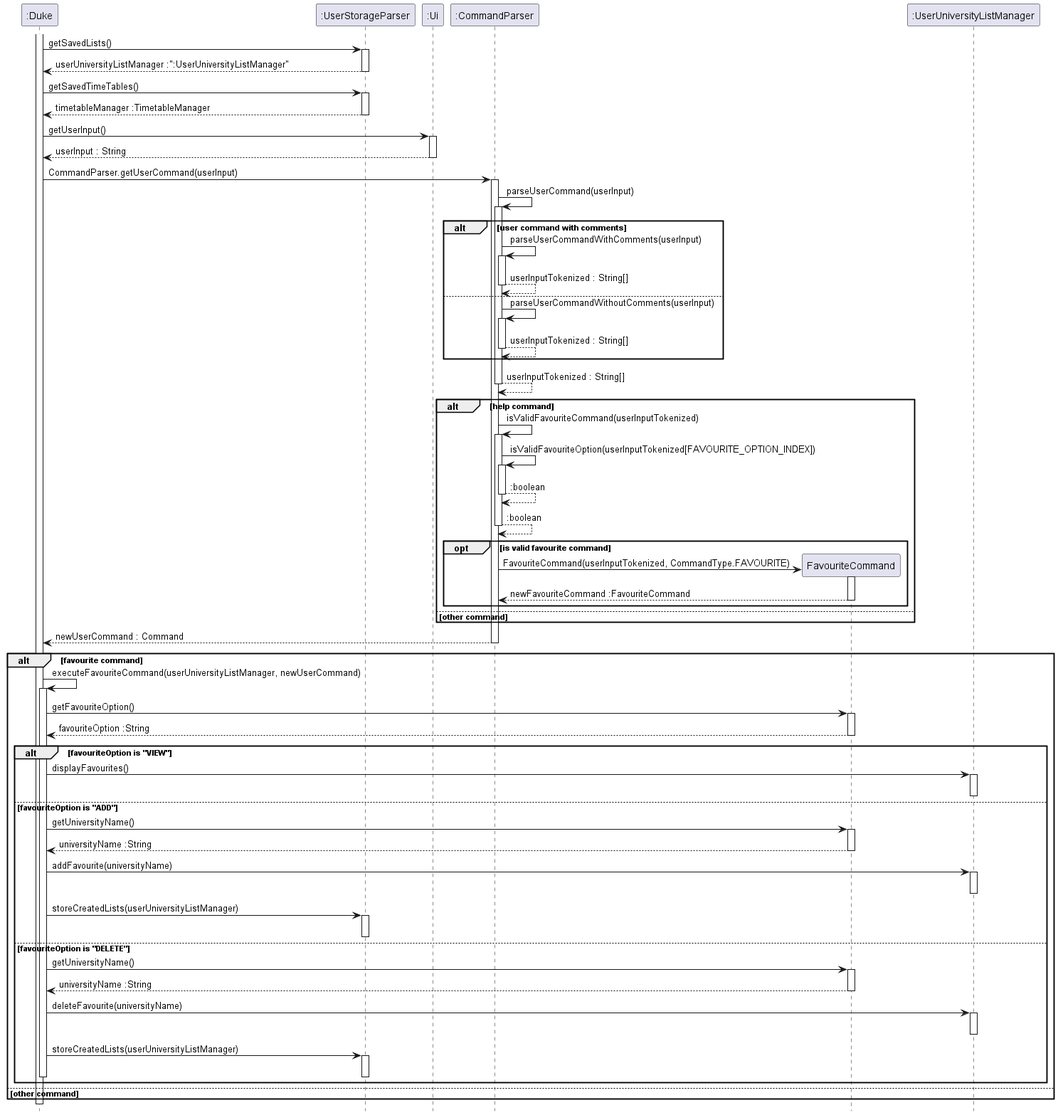
Before: docs/images/FavouriteCommand_Sequence.png, a diagram exported from PlantUML (nus-cs2113-AY2223S1/tp).
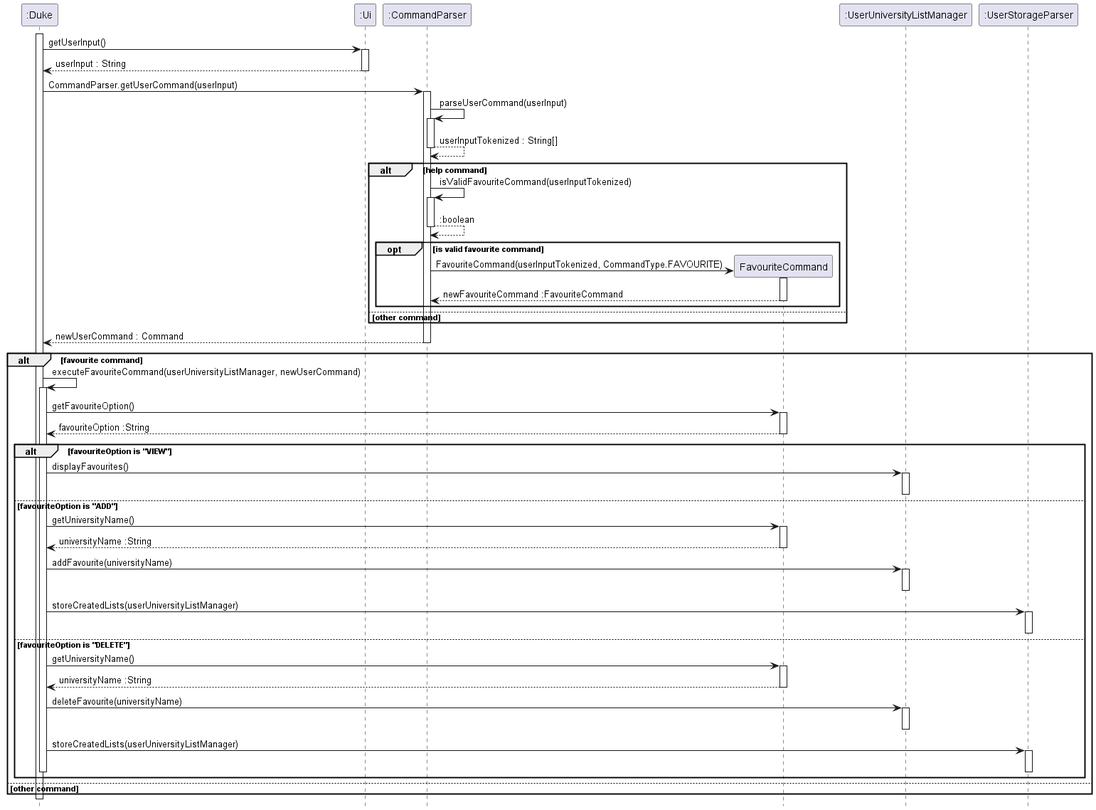
After the commit.

Diff of the diagram source:
```diff
@@ -2,18 +2,6 @@
 hide footbox
 
 activate ":Duke"
-
-":Duke" -> ":UserStorageParser" : getSavedLists()
-activate ":UserStorageParser"
-
-":UserStorageParser" --> ":Duke" : userUniversityListManager :":UserUniversityListManager"
-deactivate ":UserStorageParser"
-
-":Duke" -> ":UserStorageParser" : getSavedTimeTables()
-activate ":UserStorageParser"
-
-":UserStorageParser" --> ":Duke" : timetableManager :TimetableManager
-deactivate ":UserStorageParser"
 
 ":Duke" -> ":Ui" : getUserInput()
 activate ":Ui"
@@ -27,21 +15,6 @@
 ":CommandParser" -> ":CommandParser" : parseUserCommand(userInput)
 activate ":CommandParser"
 
-alt user command with comments
-    ":CommandParser" -> ":CommandParser" : parseUserCommandWithComments(userInput)
-    activate ":CommandParser"
-
-    ":CommandParser" --> ":CommandParser" : userInputTokenized : String[]
-    deactivate ":CommandParser"
-
-else
-    ":CommandParser" -> ":CommandParser" : parseUserCommandWithoutComments(userInput)
-    activate ":CommandParser"
-
-    ":CommandParser" --> ":CommandParser" : userInputTokenized : String[]
-    deactivate ":CommandParser"
-end
-
 ":CommandParser" --> ":CommandParser" : userInputTokenized : String[]
 deactivate ":CommandParser"
 
@@ -49,12 +22,6 @@
 
     ":CommandParser" -> ":CommandParser" : isValidFavouriteCommand(userInputTokenized)
     activate ":CommandParser"
-
-    ":CommandParser" -> ":CommandParser" : isValidFavouriteOption(userInputTokenized[FAVOURITE_OPTION_INDEX])
-    activate ":CommandParser"
-
-    ":CommandParser" --> ":CommandParser" : :boolean
-    deactivate ":CommandParser"
 
     ":CommandParser" --> ":CommandParser" : :boolean
     deactivate ":CommandParser"
```
